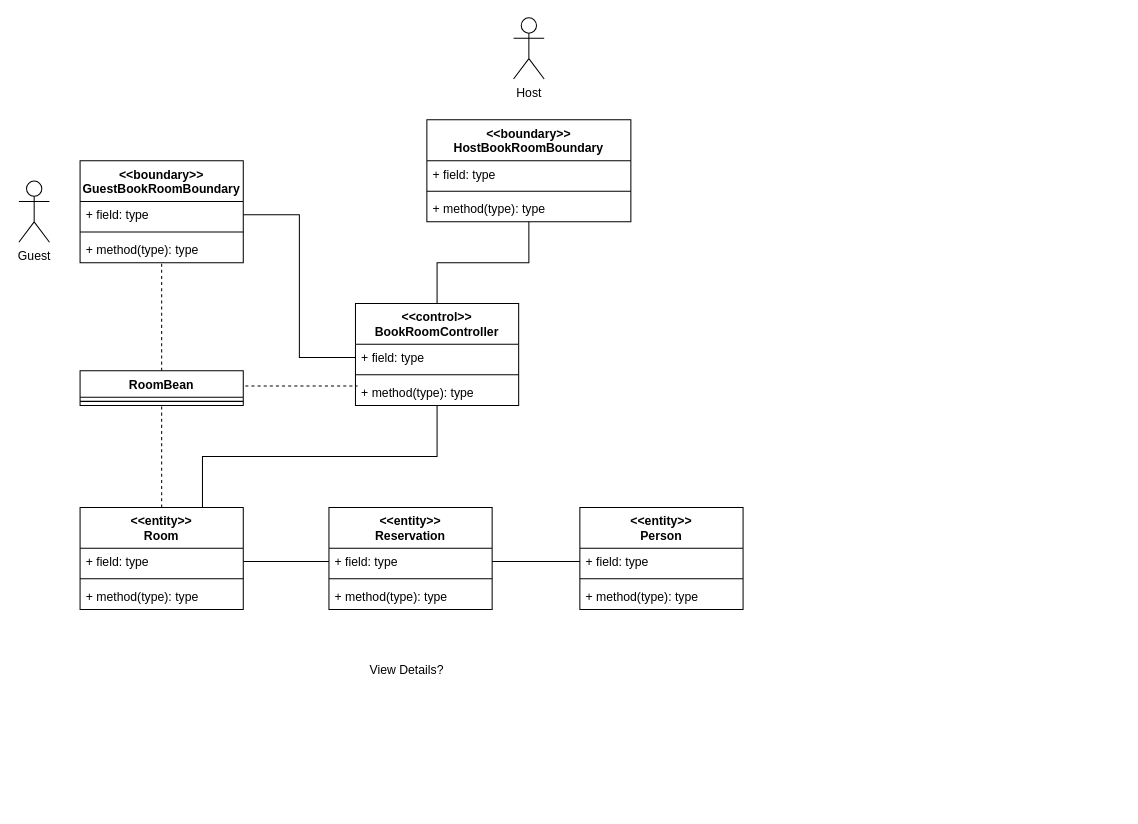
Above: Docs/VoPC/VoPC BookRoom.drawio in nic-agos/DoveStudi (draw.io), before the change. Source tidied: cells renumbered, new cells numbered last; positions are measured from the earlier drawing's top-left corner, leaving out a move shared by most shapes. Both pictures are drawn from the tidied source at 102%, with x=0, y=0 at pixel (18, 17).
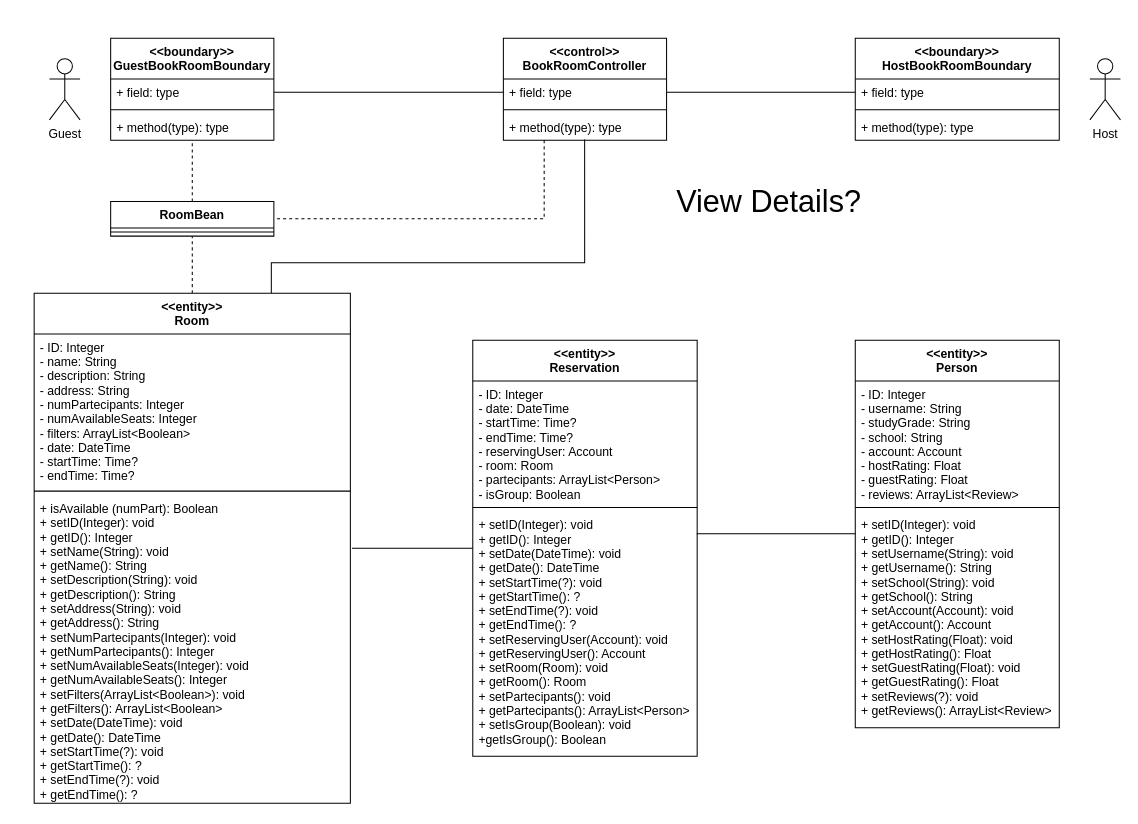
After the change.

Commit message:
added setter and getter methods

Unchanged cells that the change refers to:
```xml
<mxCell id="8" value="+ field: type" style="text;strokeColor=none;fillColor=none;align=left;verticalAlign=top;spacingLeft=4;spacingRight=4;overflow=hidden;points=[[0,0.5],[1,0.5]];portConstraint=eastwest;" parent="7" vertex="1">
  <mxGeometry y="40" width="160" height="26" as="geometry" />
</mxCell>
<mxCell id="10" value="+ method(type): type" style="text;strokeColor=none;fillColor=none;align=left;verticalAlign=top;spacingLeft=4;spacingRight=4;overflow=hidden;points=[[0,0.5],[1,0.5]];portConstraint=eastwest;" parent="7" vertex="1">
  <mxGeometry y="74" width="160" height="26" as="geometry" />
</mxCell>
<mxCell id="28" value="+ field: type" style="text;strokeColor=none;fillColor=none;align=left;verticalAlign=top;spacingLeft=4;spacingRight=4;overflow=hidden;points=[[0,0.5],[1,0.5]];portConstraint=eastwest;" parent="27" vertex="1">
  <mxGeometry y="40" width="200" height="26" as="geometry" />
</mxCell>
```

Change to the diagram source:
```diff
@@
-    <mxCell id="2" value="&lt;&lt;entity&gt;&gt;&#10;Reservation" style="swimlane;fontStyle=1;align=center;verticalAlign=top;horizontal=1;startSize=40;" parent="1" vertex="1">
-      <mxGeometry x="304" y="480" width="160" height="100" as="geometry" />
-    </mxCell>
-    <mxCell id="3" value="+ field: type" style="text;strokeColor=none;fillColor=none;align=left;verticalAlign=top;spacingLeft=4;spacingRight=4;overflow=hidden;points=[[0,0.5],[1,0.5]];portConstraint=eastwest;" parent="2" vertex="1">
-      <mxGeometry y="40" width="160" height="26" as="geometry" />
-    </mxCell>
-    <mxCell id="4" style="line;strokeWidth=1;fillColor=none;align=left;verticalAlign=middle;spacingTop=-1;spacingLeft=3;spacingRight=3;labelPosition=right;" parent="2" vertex="1">
-      <mxGeometry y="66" width="160" height="8" as="geometry" />
-    </mxCell>
-    <mxCell id="5" value="+ method(type): type" style="text;strokeColor=none;fillColor=none;align=left;verticalAlign=top;spacingLeft=4;spacingRight=4;overflow=hidden;" parent="2" vertex="1">
-      <mxGeometry y="74" width="160" height="26" as="geometry" />
-    </mxCell>
-    <mxCell id="6" style="edgeStyle=orthogonalEdgeStyle;rounded=0;jettySize=auto;html=1;exitX=0.5;exitY=0;exitDx=0;exitDy=0;endArrow=none;endFill=0;" parent="1" edge="1" source="7" target="27">
-      <mxGeometry relative="1" as="geometry" />
-    </mxCell>
+    <mxCell id="39" style="edgeStyle=orthogonalEdgeStyle;rounded=0;jettySize=auto;html=1;exitX=0.25;exitY=1;exitDx=0;exitDy=0;entryX=1;entryY=0.5;entryDx=0;entryDy=0;endArrow=none;endFill=0;dashed=1;" parent="1" edge="1" source="7" target="34">
+      <mxGeometry relative="1" as="geometry" />
+    </mxCell>
     <mxCell id="7" value="&lt;&lt;control&gt;&gt;&#10;BookRoomController" style="swimlane;fontStyle=1;align=center;verticalAlign=top;horizontal=1;startSize=40;" parent="1" vertex="1">
-      <mxGeometry x="330" y="280" width="160" height="100" as="geometry" />
+      <mxGeometry x="475" y="20" width="160" height="100" as="geometry" />
     </mxCell>
@@
     <mxCell id="11" value="&lt;&lt;boundary&gt;&gt;&#10;GuestBookRoomBoundary" style="swimlane;fontStyle=1;align=center;verticalAlign=top;horizontal=1;startSize=40;" parent="1" vertex="1">
-      <mxGeometry x="60" y="140" width="160" height="100" as="geometry" />
+      <mxGeometry x="90" y="20" width="160" height="100" as="geometry" />
     </mxCell>
@@
     <mxCell id="15" value="Guest" style="shape=umlActor;verticalLabelPosition=bottom;verticalAlign=top;html=1;" parent="1" vertex="1">
-      <mxGeometry y="160" width="30" height="60" as="geometry" />
+      <mxGeometry x="30" y="40" width="30" height="60" as="geometry" />
     </mxCell>
-    <mxCell id="16" style="edgeStyle=orthogonalEdgeStyle;rounded=0;jettySize=auto;html=1;exitX=0.5;exitY=0;exitDx=0;exitDy=0;entryX=0.5;entryY=1;entryDx=0;entryDy=0;dashed=1;endArrow=none;endFill=0;" parent="1" edge="1" source="18" target="34">
-      <mxGeometry relative="1" as="geometry" />
-    </mxCell>
-    <mxCell id="17" style="edgeStyle=orthogonalEdgeStyle;rounded=0;jettySize=auto;html=1;exitX=0.75;exitY=0;exitDx=0;exitDy=0;entryX=0.5;entryY=1;entryDx=0;entryDy=0;entryPerimeter=0;endArrow=none;endFill=0;" parent="1" edge="1" source="18" target="10">
-      <mxGeometry relative="1" as="geometry" />
-    </mxCell>
-    <mxCell id="18" value="&lt;&lt;entity&gt;&gt;&#10;Room" style="swimlane;fontStyle=1;align=center;verticalAlign=top;horizontal=1;startSize=40;" parent="1" vertex="1">
-      <mxGeometry x="60" y="480" width="160" height="100" as="geometry" />
-    </mxCell>
-    <mxCell id="19" value="+ field: type" style="text;strokeColor=none;fillColor=none;align=left;verticalAlign=top;spacingLeft=4;spacingRight=4;overflow=hidden;points=[[0,0.5],[1,0.5]];portConstraint=eastwest;" parent="18" vertex="1">
-      <mxGeometry y="40" width="160" height="26" as="geometry" />
-    </mxCell>
-    <mxCell id="20" style="line;strokeWidth=1;fillColor=none;align=left;verticalAlign=middle;spacingTop=-1;spacingLeft=3;spacingRight=3;labelPosition=right;" parent="18" vertex="1">
-      <mxGeometry y="66" width="160" height="8" as="geometry" />
-    </mxCell>
-    <mxCell id="21" value="+ method(type): type" style="text;strokeColor=none;fillColor=none;align=left;verticalAlign=top;spacingLeft=4;spacingRight=4;overflow=hidden;" parent="18" vertex="1">
-      <mxGeometry y="74" width="160" height="26" as="geometry" />
-    </mxCell>
@@
-    <mxCell id="23" value="&lt;&lt;entity&gt;&gt;&#10;Person" style="swimlane;fontStyle=1;align=center;verticalAlign=top;horizontal=1;startSize=40;" parent="1" vertex="1">
-      <mxGeometry x="550" y="480" width="160" height="100" as="geometry" />
-    </mxCell>
-    <mxCell id="24" value="+ field: type" style="text;strokeColor=none;fillColor=none;align=left;verticalAlign=top;spacingLeft=4;spacingRight=4;overflow=hidden;points=[[0,0.5],[1,0.5]];portConstraint=eastwest;" parent="23" vertex="1">
-      <mxGeometry y="40" width="160" height="26" as="geometry" />
-    </mxCell>
-    <mxCell id="25" style="line;strokeWidth=1;fillColor=none;align=left;verticalAlign=middle;spacingTop=-1;spacingLeft=3;spacingRight=3;labelPosition=right;" parent="23" vertex="1">
-      <mxGeometry y="66" width="160" height="8" as="geometry" />
-    </mxCell>
-    <mxCell id="26" value="+ method(type): type" style="text;strokeColor=none;fillColor=none;align=left;verticalAlign=top;spacingLeft=4;spacingRight=4;overflow=hidden;" parent="23" vertex="1">
-      <mxGeometry y="74" width="160" height="26" as="geometry" />
-    </mxCell>
     <mxCell id="27" value="&lt;&lt;boundary&gt;&gt;&#10;HostBookRoomBoundary" style="swimlane;fontStyle=1;align=center;verticalAlign=top;horizontal=1;startSize=40;" parent="1" vertex="1">
-      <mxGeometry x="400" y="100" width="200" height="100" as="geometry" />
+      <mxGeometry x="820" y="20" width="200" height="100" as="geometry" />
     </mxCell>
@@
     <mxCell id="31" value="Host" style="shape=umlActor;verticalLabelPosition=bottom;verticalAlign=top;html=1;" parent="1" vertex="1">
-      <mxGeometry x="485" width="30" height="60" as="geometry" />
+      <mxGeometry x="1050" y="40" width="30" height="60" as="geometry" />
     </mxCell>
-    <mxCell id="32" style="edgeStyle=orthogonalEdgeStyle;rounded=0;jettySize=auto;html=1;exitX=1;exitY=0.5;exitDx=0;exitDy=0;entryX=0.013;entryY=0.269;entryDx=0;entryDy=0;entryPerimeter=0;endArrow=none;endFill=0;dashed=1;" parent="1" edge="1" source="34" target="10">
-      <mxGeometry relative="1" as="geometry">
-        <Array as="points">
-          <mxPoint x="180" y="361" />
-        </Array>
-      </mxGeometry>
-    </mxCell>
@@
     <mxCell id="34" value="RoomBean" style="swimlane;fontStyle=1;align=center;verticalAlign=top;horizontal=1;startSize=26;" parent="1" vertex="1">
-      <mxGeometry x="60" y="346" width="160" height="34" as="geometry" />
+      <mxGeometry x="90" y="180" width="160" height="34" as="geometry" />
     </mxCell>
@@
-    <mxCell id="36" style="edgeStyle=orthogonalEdgeStyle;rounded=0;jettySize=auto;html=1;exitX=1;exitY=0.5;exitDx=0;exitDy=0;entryX=0;entryY=0.5;entryDx=0;entryDy=0;endArrow=none;endFill=0;" parent="1" edge="1" source="19" target="3">
-      <mxGeometry relative="1" as="geometry" />
-    </mxCell>
-    <mxCell id="37" style="edgeStyle=orthogonalEdgeStyle;rounded=0;jettySize=auto;html=1;exitX=1;exitY=0.5;exitDx=0;exitDy=0;endArrow=none;endFill=0;" parent="1" edge="1" source="3" target="24">
-      <mxGeometry relative="1" as="geometry" />
-    </mxCell>
-    <mxCell id="38" value="View Details?&lt;br&gt;" style="text;html=1;align=center;verticalAlign=middle;" parent="1" vertex="1">
-      <mxGeometry x="335" y="630" width="90" height="20" as="geometry" />
+    <mxCell id="38" value="&lt;font style=&quot;font-size: 30px&quot;&gt;View Details?&lt;/font&gt;" style="text;html=1;align=center;verticalAlign=middle;" parent="1" vertex="1">
+      <mxGeometry x="635" y="165" width="200" height="30" as="geometry" />
     </mxCell>
+    <mxCell id="16" style="edgeStyle=orthogonalEdgeStyle;rounded=0;jettySize=auto;html=1;entryX=0.5;entryY=1;entryDx=0;entryDy=0;dashed=1;endArrow=none;endFill=0;" parent="1" edge="1" source="18" target="34">
+      <mxGeometry relative="1" as="geometry" />
+    </mxCell>
+    <mxCell id="17" style="edgeStyle=orthogonalEdgeStyle;rounded=0;jettySize=auto;html=1;exitX=0.75;exitY=0;exitDx=0;exitDy=0;endArrow=none;endFill=0;entryX=0.498;entryY=0.973;entryDx=0;entryDy=0;entryPerimeter=0;" parent="1" edge="1" source="18" target="10">
+      <mxGeometry relative="1" as="geometry">
+        <Array as="points">
+          <mxPoint x="248" y="240" />
+          <mxPoint x="555" y="240" />
+        </Array>
+      </mxGeometry>
+    </mxCell>
+    <mxCell id="18" value="&lt;&lt;entity&gt;&gt;&#10;Room" style="swimlane;fontStyle=1;align=center;verticalAlign=top;horizontal=1;startSize=40;" parent="1" vertex="1">
+      <mxGeometry x="15" y="270" width="310" height="500" as="geometry" />
+    </mxCell>
+    <mxCell id="40" value="- ID: Integer&#10;- name: String&#10;- description: String&#10;- address: String&#10;- numPartecipants: Integer&#10;- numAvailableSeats: Integer&#10;- filters: ArrayList&lt;Boolean&gt;&#10;- date: DateTime&#10;- startTime: Time?&#10;- endTime: Time?" style="text;strokeColor=none;fillColor=none;align=left;verticalAlign=top;spacingLeft=4;spacingRight=4;overflow=hidden;" parent="18" vertex="1">
+      <mxGeometry y="40" width="310" height="150" as="geometry" />
+    </mxCell>
+    <mxCell id="41" style="line;strokeWidth=1;fillColor=none;align=left;verticalAlign=middle;spacingTop=-1;spacingLeft=3;spacingRight=3;labelPosition=right;" parent="18" vertex="1">
+      <mxGeometry y="190" width="310" height="8" as="geometry" />
+    </mxCell>
+    <mxCell id="42" value="+ isAvailable (numPart): Boolean&#10;+ setID(Integer): void &#10;+ getID(): Integer&#10;+ setName(String): void&#10;+ getName(): String&#10;+ setDescription(String): void&#10;+ getDescription(): String&#10;+ setAddress(String): void&#10;+ getAddress(): String&#10;+ setNumPartecipants(Integer): void&#10;+ getNumPartecipants(): Integer&#10;+ setNumAvailableSeats(Integer): void&#10;+ getNumAvailableSeats(): Integer&#10;+ setFilters(ArrayList&lt;Boolean&gt;): void&#10;+ getFilters(): ArrayList&lt;Boolean&gt;&#10;+ setDate(DateTime): void&#10;+ getDate(): DateTime&#10;+ setStartTime(?): void&#10;+ getStartTime(): ?&#10;+ setEndTime(?): void&#10;+ getEndTime(): ?&#10; &#10;&#10; " style="text;strokeColor=none;fillColor=none;align=left;verticalAlign=top;spacingLeft=4;spacingRight=4;overflow=hidden;points=[[0,0.5],[1,0.5]];portConstraint=eastwest;" parent="18" vertex="1">
+      <mxGeometry y="198" width="310" height="302" as="geometry" />
+    </mxCell>
+    <mxCell id="43" style="edgeStyle=orthogonalEdgeStyle;rounded=0;jettySize=auto;html=1;exitX=1;exitY=0.5;exitDx=0;exitDy=0;entryX=0;entryY=0.5;entryDx=0;entryDy=0;endArrow=none;endFill=0;" parent="1" edge="1" source="8" target="28">
+      <mxGeometry relative="1" as="geometry" />
+    </mxCell>
+    <mxCell id="44" style="edgeStyle=orthogonalEdgeStyle;rounded=0;jettySize=auto;html=1;endArrow=none;endFill=0;entryX=1.005;entryY=0.172;entryDx=0;entryDy=0;entryPerimeter=0;" parent="1" edge="1" source="2" target="42">
+      <mxGeometry relative="1" as="geometry" />
+    </mxCell>
+    <mxCell id="2" value="&lt;&lt;entity&gt;&gt;&#10;Reservation" style="swimlane;fontStyle=1;align=center;verticalAlign=top;horizontal=1;startSize=40;" parent="1" vertex="1">
+      <mxGeometry x="445" y="316" width="220" height="408" as="geometry" />
+    </mxCell>
+    <mxCell id="45" value="- ID: Integer&#10;- date: DateTime&#10;- startTime: Time?&#10;- endTime: Time?&#10;- reservingUser: Account&#10;- room: Room&#10;- partecipants: ArrayList&lt;Person&gt;&#10;- isGroup: Boolean" style="text;strokeColor=none;fillColor=none;align=left;verticalAlign=top;spacingLeft=4;spacingRight=4;overflow=hidden;" parent="2" vertex="1">
+      <mxGeometry y="40" width="220" height="120" as="geometry" />
+    </mxCell>
+    <mxCell id="46" style="line;strokeWidth=1;fillColor=none;align=left;verticalAlign=middle;spacingTop=-1;spacingLeft=3;spacingRight=3;labelPosition=right;" parent="2" vertex="1">
+      <mxGeometry y="160" width="220" height="8" as="geometry" />
+    </mxCell>
+    <mxCell id="47" value="+ setID(Integer): void &#10;+ getID(): Integer&#10;+ setDate(DateTime): void&#10;+ getDate(): DateTime&#10;+ setStartTime(?): void&#10;+ getStartTime(): ?&#10;+ setEndTime(?): void&#10;+ getEndTime(): ?&#10;+ setReservingUser(Account): void&#10;+ getReservingUser(): Account&#10;+ setRoom(Room): void&#10;+ getRoom(): Room&#10;+ setPartecipants(): void&#10;+ getPartecipants(): ArrayList&lt;Person&gt;&#10;+ setIsGroup(Boolean): void&#10;+getIsGroup(): Boolean" style="text;strokeColor=none;fillColor=none;align=left;verticalAlign=top;spacingLeft=4;spacingRight=4;overflow=hidden;points=[[0,0.5],[1,0.5]];portConstraint=eastwest;" parent="2" vertex="1">
+      <mxGeometry y="168" width="220" height="240" as="geometry" />
+    </mxCell>
+    <mxCell id="48" style="edgeStyle=orthogonalEdgeStyle;rounded=0;jettySize=auto;html=1;entryX=0.998;entryY=0.091;entryDx=0;entryDy=0;entryPerimeter=0;endArrow=none;endFill=0;" parent="1" edge="1" source="23" target="47">
+      <mxGeometry relative="1" as="geometry">
+        <Array as="points">
+          <mxPoint x="743" y="506" />
+        </Array>
+      </mxGeometry>
+    </mxCell>
+    <mxCell id="23" value="&lt;&lt;entity&gt;&gt;&#10;Person" style="swimlane;fontStyle=1;align=center;verticalAlign=top;horizontal=1;startSize=40;" parent="1" vertex="1">
+      <mxGeometry x="820" y="316" width="200" height="380" as="geometry" />
+    </mxCell>
+    <mxCell id="49" value="- ID: Integer&#10;- username: String&#10;- studyGrade: String&#10;- school: String&#10;- account: Account&#10;- hostRating: Float&#10;- guestRating: Float&#10;- reviews: ArrayList&lt;Review&gt;" style="text;strokeColor=none;fillColor=none;align=left;verticalAlign=top;spacingLeft=4;spacingRight=4;overflow=hidden;" parent="23" vertex="1">
+      <mxGeometry y="40" width="200" height="120" as="geometry" />
+    </mxCell>
+    <mxCell id="50" style="line;strokeWidth=1;fillColor=none;align=left;verticalAlign=middle;spacingTop=-1;spacingLeft=3;spacingRight=3;labelPosition=right;" parent="23" vertex="1">
+      <mxGeometry y="160" width="200" height="8" as="geometry" />
+    </mxCell>
+    <mxCell id="51" value="+ setID(Integer): void&#10;+ getID(): Integer&#10;+ setUsername(String): void&#10;+ getUsername(): String&#10;+ setSchool(String): void&#10;+ getSchool(): String&#10;+ setAccount(Account): void&#10;+ getAccount(): Account&#10;+ setHostRating(Float): void&#10;+ getHostRating(): Float&#10;+ setGuestRating(Float): void&#10;+ getGuestRating(): Float&#10;+ setReviews(?): void&#10;+ getReviews(): ArrayList&lt;Review&gt;" style="text;strokeColor=none;fillColor=none;align=left;verticalAlign=top;spacingLeft=4;spacingRight=4;overflow=hidden;" parent="23" vertex="1">
+      <mxGeometry y="168" width="200" height="212" as="geometry" />
+    </mxCell>
```
